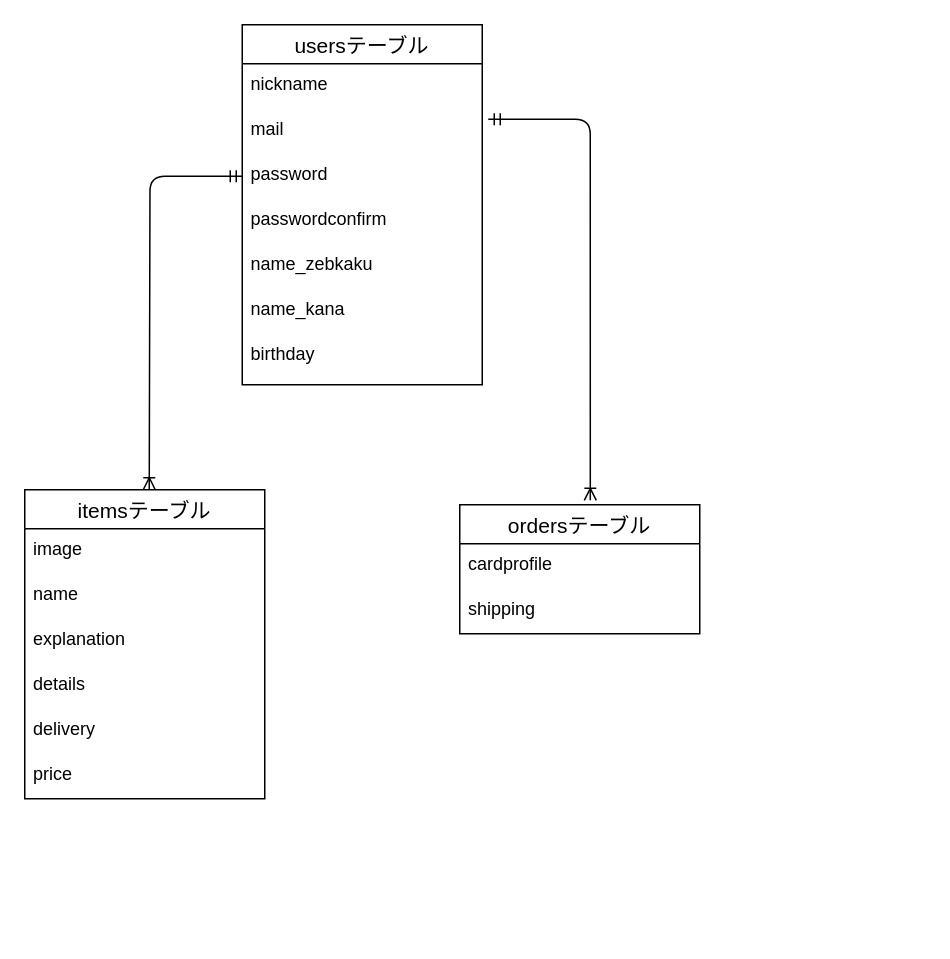
Above: ER.dio in HIroaki-Nagashima/furima-33556 (draw.io), before the change. Source tidied: cells renumbered, new cells numbered last; positions are measured from the earlier drawing's top-left corner, leaving out a move shared by most shapes. Both pictures are drawn from the tidied source at 150%, with x=0, y=0 at pixel (24, 24).
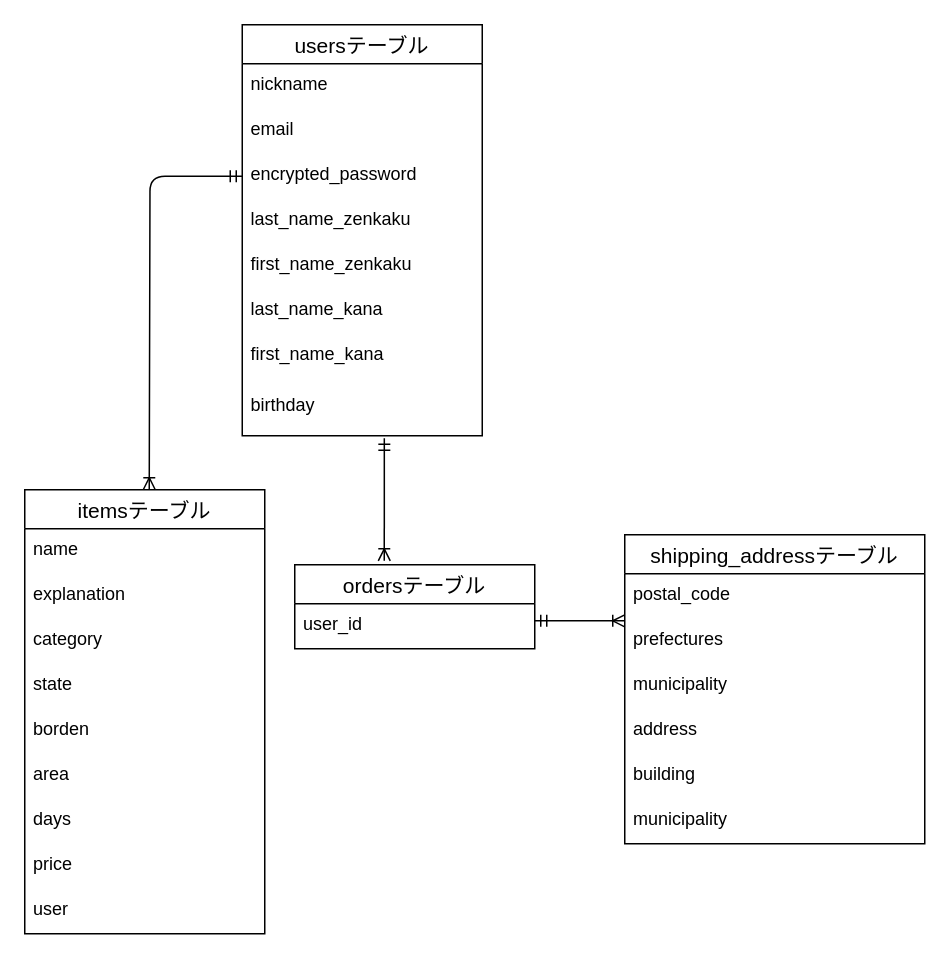
The same page after the edit.

Change to the diagram source:
```diff
@@
     <mxCell id="2" value="itemsテーブル" style="swimlane;fontStyle=0;horizontal=1;startSize=26;align=center;fontSize=14;" parent="1" vertex="1">
-      <mxGeometry y="310" width="160" height="206" as="geometry" />
+      <mxGeometry y="310" width="160" height="296" as="geometry" />
     </mxCell>
-    <mxCell id="3" value="image" style="text;strokeColor=none;fillColor=none;spacingLeft=4;spacingRight=4;overflow=hidden;fontSize=12;" parent="2" vertex="1">
-      <mxGeometry y="26" width="160" height="30" as="geometry" />
-    </mxCell>
     <mxCell id="4" value="name" style="text;strokeColor=none;fillColor=none;spacingLeft=4;spacingRight=4;overflow=hidden;fontSize=12;" parent="2" vertex="1">
-      <mxGeometry y="56" width="160" height="30" as="geometry" />
+      <mxGeometry y="26" width="160" height="30" as="geometry" />
     </mxCell>
     <mxCell id="5" value="explanation" style="text;strokeColor=none;fillColor=none;spacingLeft=4;spacingRight=4;overflow=hidden;fontSize=12;" parent="2" vertex="1">
-      <mxGeometry y="86" width="160" height="30" as="geometry" />
+      <mxGeometry y="56" width="160" height="30" as="geometry" />
     </mxCell>
-    <mxCell id="6" value="details" style="text;strokeColor=none;fillColor=none;spacingLeft=4;spacingRight=4;overflow=hidden;fontSize=12;" parent="2" vertex="1">
-      <mxGeometry y="116" width="160" height="30" as="geometry" />
+    <mxCell id="6" value="category" style="text;strokeColor=none;fillColor=none;spacingLeft=4;spacingRight=4;overflow=hidden;fontSize=12;" parent="2" vertex="1">
+      <mxGeometry y="86" width="160" height="30" as="geometry" />
     </mxCell>
-    <mxCell id="7" value="delivery" style="text;strokeColor=none;fillColor=none;spacingLeft=4;spacingRight=4;overflow=hidden;fontSize=12;" parent="2" vertex="1">
-      <mxGeometry y="146" width="160" height="30" as="geometry" />
+    <mxCell id="7" value="state" style="text;strokeColor=none;fillColor=none;spacingLeft=4;spacingRight=4;overflow=hidden;fontSize=12;" parent="2" vertex="1">
+      <mxGeometry y="116" width="160" height="30" as="geometry" />
     </mxCell>
-    <mxCell id="8" value="price" style="text;strokeColor=none;fillColor=none;spacingLeft=4;spacingRight=4;overflow=hidden;fontSize=12;" parent="2" vertex="1">
-      <mxGeometry y="176" width="160" height="30" as="geometry" />
+    <mxCell id="8" value="borden" style="text;strokeColor=none;fillColor=none;spacingLeft=4;spacingRight=4;overflow=hidden;fontSize=12;" parent="2" vertex="1">
+      <mxGeometry y="146" width="160" height="30" as="geometry" />
     </mxCell>
-    <mxCell id="9" value="ordersテーブル" style="swimlane;fontStyle=0;horizontal=1;startSize=26;align=center;fontSize=14;" parent="1" vertex="1">
-      <mxGeometry x="290" y="320" width="160" height="86" as="geometry" />
-    </mxCell>
-    <mxCell id="10" value="cardprofile" style="text;strokeColor=none;fillColor=none;spacingLeft=4;spacingRight=4;overflow=hidden;fontSize=12;" parent="9" vertex="1">
-      <mxGeometry y="26" width="160" height="30" as="geometry" />
-    </mxCell>
-    <mxCell id="11" value="shipping" style="text;strokeColor=none;fillColor=none;spacingLeft=4;spacingRight=4;overflow=hidden;fontSize=12;" parent="9" vertex="1">
-      <mxGeometry y="56" width="160" height="30" as="geometry" />
-    </mxCell>
+    <mxCell id="22" value="area" style="text;strokeColor=none;fillColor=none;spacingLeft=4;spacingRight=4;overflow=hidden;fontSize=12;" parent="2" vertex="1">
+      <mxGeometry y="176" width="160" height="30" as="geometry" />
+    </mxCell>
+    <mxCell id="23" value="days" style="text;strokeColor=none;fillColor=none;spacingLeft=4;spacingRight=4;overflow=hidden;fontSize=12;" parent="2" vertex="1">
+      <mxGeometry y="206" width="160" height="30" as="geometry" />
+    </mxCell>
+    <mxCell id="24" value="price" style="text;strokeColor=none;fillColor=none;spacingLeft=4;spacingRight=4;overflow=hidden;fontSize=12;" parent="2" vertex="1">
+      <mxGeometry y="236" width="160" height="30" as="geometry" />
+    </mxCell>
+    <mxCell id="25" value="user" style="text;strokeColor=none;fillColor=none;spacingLeft=4;spacingRight=4;overflow=hidden;fontSize=12;" parent="2" vertex="1">
+      <mxGeometry y="266" width="160" height="30" as="geometry" />
+    </mxCell>
     <mxCell id="12" value="usersテーブル" style="swimlane;fontStyle=0;horizontal=1;startSize=26;align=center;fontSize=14;" parent="1" vertex="1">
-      <mxGeometry x="145" width="160" height="240" as="geometry" />
+      <mxGeometry x="145" width="160" height="274" as="geometry" />
     </mxCell>
@@
-    <mxCell id="14" value="mail" style="text;strokeColor=none;fillColor=none;spacingLeft=4;spacingRight=4;overflow=hidden;points=[[0,0.5],[1,0.5]];portConstraint=eastwest;fontSize=12;" parent="12" vertex="1">
+    <mxCell id="14" value="email" style="text;strokeColor=none;fillColor=none;spacingLeft=4;spacingRight=4;overflow=hidden;points=[[0,0.5],[1,0.5]];portConstraint=eastwest;fontSize=12;" parent="12" vertex="1">
       <mxGeometry y="56" width="160" height="30" as="geometry" />
     </mxCell>
-    <mxCell id="15" value="password" style="text;strokeColor=none;fillColor=none;spacingLeft=4;spacingRight=4;overflow=hidden;points=[[0,0.5],[1,0.5]];portConstraint=eastwest;fontSize=12;" parent="12" vertex="1">
+    <mxCell id="15" value="encrypted_password" style="text;strokeColor=none;fillColor=none;spacingLeft=4;spacingRight=4;overflow=hidden;points=[[0,0.5],[1,0.5]];portConstraint=eastwest;fontSize=12;" parent="12" vertex="1">
       <mxGeometry y="86" width="160" height="30" as="geometry" />
     </mxCell>
-    <mxCell id="16" value="passwordconfirm" style="text;strokeColor=none;fillColor=none;spacingLeft=4;spacingRight=4;overflow=hidden;fontSize=12;" parent="12" vertex="1">
+    <mxCell id="16" value="last_name_zenkaku" style="text;strokeColor=none;fillColor=none;spacingLeft=4;spacingRight=4;overflow=hidden;fontSize=12;" parent="12" vertex="1">
       <mxGeometry y="116" width="160" height="30" as="geometry" />
     </mxCell>
-    <mxCell id="17" value="name_zebkaku" style="text;strokeColor=none;fillColor=none;spacingLeft=4;spacingRight=4;overflow=hidden;fontSize=12;" parent="12" vertex="1">
+    <mxCell id="17" value="first_name_zenkaku" style="text;strokeColor=none;fillColor=none;spacingLeft=4;spacingRight=4;overflow=hidden;fontSize=12;" parent="12" vertex="1">
       <mxGeometry y="146" width="160" height="30" as="geometry" />
     </mxCell>
-    <mxCell id="18" value="name_kana" style="text;strokeColor=none;fillColor=none;spacingLeft=4;spacingRight=4;overflow=hidden;fontSize=12;" parent="12" vertex="1">
+    <mxCell id="18" value="last_name_kana" style="text;strokeColor=none;fillColor=none;spacingLeft=4;spacingRight=4;overflow=hidden;fontSize=12;" parent="12" vertex="1">
       <mxGeometry y="176" width="160" height="30" as="geometry" />
     </mxCell>
-    <mxCell id="19" value="birthday" style="text;strokeColor=none;fillColor=none;spacingLeft=4;spacingRight=4;overflow=hidden;fontSize=12;" parent="12" vertex="1">
+    <mxCell id="19" value="first_name_kana" style="text;strokeColor=none;fillColor=none;spacingLeft=4;spacingRight=4;overflow=hidden;fontSize=12;" parent="12" vertex="1">
       <mxGeometry y="206" width="160" height="34" as="geometry" />
     </mxCell>
+    <mxCell id="26" value="birthday" style="text;strokeColor=none;fillColor=none;spacingLeft=4;spacingRight=4;overflow=hidden;points=[[0,0.5],[1,0.5]];portConstraint=eastwest;fontSize=12;" parent="12" vertex="1">
+      <mxGeometry y="240" width="160" height="34" as="geometry" />
+    </mxCell>
@@
-    <mxCell id="21" style="edgeStyle=orthogonalEdgeStyle;fontSize=12;html=1;endArrow=ERoneToMany;startArrow=ERmandOne;exitX=1.025;exitY=0.233;exitDx=0;exitDy=0;exitPerimeter=0;entryX=0.544;entryY=-0.034;entryDx=0;entryDy=0;entryPerimeter=0;" parent="1" edge="1" source="14" target="9">
+    <mxCell id="21" style="fontSize=12;html=1;endArrow=ERoneToMany;startArrow=ERmandOne;exitX=0.592;exitY=1.05;exitDx=0;exitDy=0;exitPerimeter=0;entryX=0.373;entryY=-0.047;entryDx=0;entryDy=0;entryPerimeter=0;" parent="1" edge="1" source="26" target="9">
       <mxGeometry relative="1" as="geometry" />
     </mxCell>
+    <mxCell id="27" value="shipping_addressテーブル" style="swimlane;fontStyle=0;horizontal=1;startSize=26;align=center;fontSize=14;" parent="1" vertex="1">
+      <mxGeometry x="400" y="340" width="200" height="206" as="geometry" />
+    </mxCell>
+    <mxCell id="28" value="postal_code" style="text;strokeColor=none;fillColor=none;spacingLeft=4;spacingRight=4;overflow=hidden;fontSize=12;" parent="27" vertex="1">
+      <mxGeometry y="26" width="200" height="30" as="geometry" />
+    </mxCell>
+    <mxCell id="29" value="prefectures" style="text;strokeColor=none;fillColor=none;spacingLeft=4;spacingRight=4;overflow=hidden;fontSize=12;" parent="27" vertex="1">
+      <mxGeometry y="56" width="200" height="30" as="geometry" />
+    </mxCell>
+    <mxCell id="30" value="municipality" style="text;strokeColor=none;fillColor=none;spacingLeft=4;spacingRight=4;overflow=hidden;fontSize=12;" parent="27" vertex="1">
+      <mxGeometry y="86" width="200" height="30" as="geometry" />
+    </mxCell>
+    <mxCell id="31" value="address" style="text;strokeColor=none;fillColor=none;spacingLeft=4;spacingRight=4;overflow=hidden;fontSize=12;" parent="27" vertex="1">
+      <mxGeometry y="116" width="200" height="30" as="geometry" />
+    </mxCell>
+    <mxCell id="32" value="building" style="text;strokeColor=none;fillColor=none;spacingLeft=4;spacingRight=4;overflow=hidden;fontSize=12;" parent="27" vertex="1">
+      <mxGeometry y="146" width="200" height="30" as="geometry" />
+    </mxCell>
+    <mxCell id="33" value="municipality" style="text;strokeColor=none;fillColor=none;spacingLeft=4;spacingRight=4;overflow=hidden;fontSize=12;" parent="27" vertex="1">
+      <mxGeometry y="176" width="200" height="30" as="geometry" />
+    </mxCell>
+    <mxCell id="9" value="ordersテーブル" style="swimlane;fontStyle=0;horizontal=1;startSize=26;align=center;fontSize=14;" parent="1" vertex="1">
+      <mxGeometry x="180" y="360" width="160" height="56" as="geometry" />
+    </mxCell>
+    <mxCell id="34" value="user_id" style="text;strokeColor=none;fillColor=none;spacingLeft=4;spacingRight=4;overflow=hidden;fontSize=12;" parent="9" vertex="1">
+      <mxGeometry y="26" width="160" height="30" as="geometry" />
+    </mxCell>
+    <mxCell id="35" style="fontSize=12;html=1;endArrow=ERoneToMany;startArrow=ERmandOne;exitX=1;exitY=0.5;exitDx=0;exitDy=0;" parent="1" edge="1">
+      <mxGeometry relative="1" as="geometry">
+        <mxPoint x="340" y="397.4" as="sourcePoint" />
+        <mxPoint x="400" y="397.4" as="targetPoint" />
+      </mxGeometry>
+    </mxCell>
```
